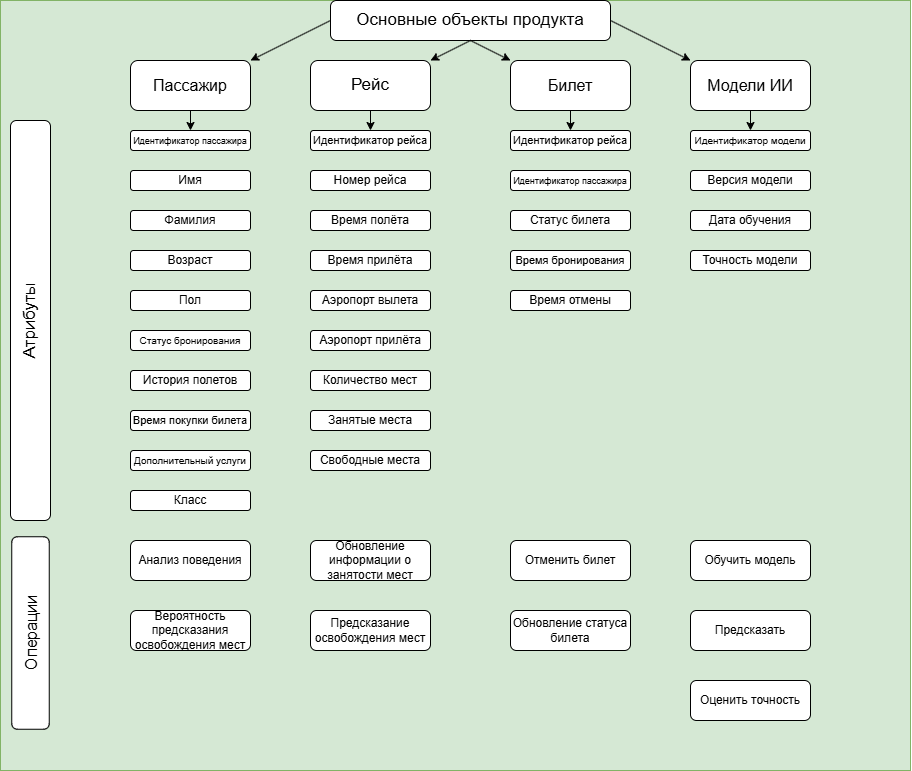
The draw.io diagram Desc/Diagramma_1.png in Sinofant/S7_project, before a commit. Source tidied: cells renumbered, new cells last; positions are measured from the earlier drawing's top-left corner, leaving out a move shared by most shapes.
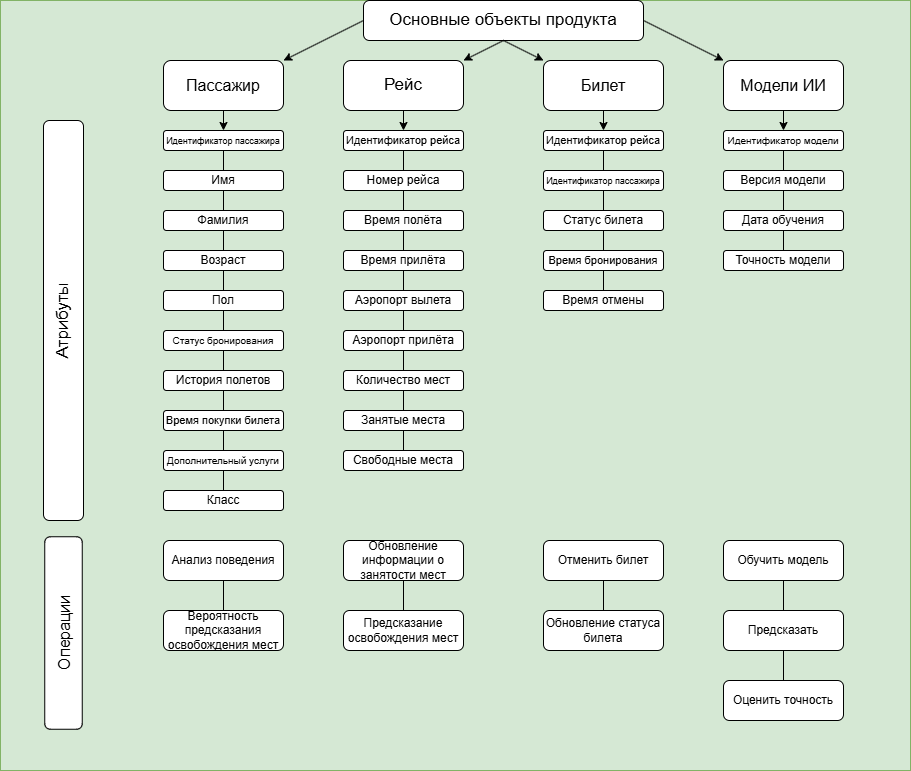
Later version of the same file.

The edit, as a diff of the source:
```diff
@@ -3,7 +3,7 @@
     <mxCell id="0" />
     <mxCell id="1" parent="0" />
     <mxCell id="2" style="rounded=0;whiteSpace=wrap;html=1;fillColor=#d5e8d4;strokeColor=#82b366;" parent="1" vertex="1">
-      <mxGeometry x="170" width="910" height="770" as="geometry" />
+      <mxGeometry x="137" width="910" height="770" as="geometry" />
     </mxCell>
     <mxCell id="3" value="&lt;font style=&quot;font-size: 17px;&quot;&gt;Основные объекты продукта&lt;/font&gt;" style="rounded=1;whiteSpace=wrap;html=1;" parent="1" vertex="1">
       <mxGeometry x="500" width="280" height="40" as="geometry" />
@@ -161,5 +161,96 @@
     <mxCell id="54" value="Оценить точность" style="rounded=1;whiteSpace=wrap;html=1;" parent="1" vertex="1">
       <mxGeometry x="860" y="680" width="120" height="40" as="geometry" />
     </mxCell>
+    <mxCell id="55" style="endArrow=none;html=1;rounded=0;entryX=0.5;entryY=1;entryDx=0;entryDy=0;exitX=0.5;exitY=0;exitDx=0;exitDy=0;" parent="1" edge="1" source="14" target="13">
+      <mxGeometry relative="1" as="geometry" />
+    </mxCell>
+    <mxCell id="56" style="endArrow=none;html=1;rounded=0;entryX=0.5;entryY=1;entryDx=0;entryDy=0;exitX=0.5;exitY=0;exitDx=0;exitDy=0;" parent="1" edge="1" source="15" target="14">
+      <mxGeometry relative="1" as="geometry" />
+    </mxCell>
+    <mxCell id="57" style="endArrow=none;html=1;rounded=0;entryX=0.5;entryY=1;entryDx=0;entryDy=0;exitX=0.5;exitY=0;exitDx=0;exitDy=0;" parent="1" edge="1" source="16" target="15">
+      <mxGeometry relative="1" as="geometry" />
+    </mxCell>
+    <mxCell id="58" style="endArrow=none;html=1;rounded=0;entryX=0.5;entryY=1;entryDx=0;entryDy=0;exitX=0.5;exitY=0;exitDx=0;exitDy=0;" parent="1" edge="1" source="17" target="16">
+      <mxGeometry relative="1" as="geometry" />
+    </mxCell>
+    <mxCell id="59" style="endArrow=none;html=1;rounded=0;entryX=0.5;entryY=1;entryDx=0;entryDy=0;exitX=0.5;exitY=0;exitDx=0;exitDy=0;" parent="1" edge="1" source="18" target="17">
+      <mxGeometry relative="1" as="geometry" />
+    </mxCell>
+    <mxCell id="60" style="endArrow=none;html=1;rounded=0;entryX=0.5;entryY=1;entryDx=0;entryDy=0;exitX=0.5;exitY=0;exitDx=0;exitDy=0;" parent="1" edge="1" source="19" target="18">
+      <mxGeometry relative="1" as="geometry" />
+    </mxCell>
+    <mxCell id="61" style="endArrow=none;html=1;rounded=0;exitX=0.5;exitY=1;exitDx=0;exitDy=0;entryX=0.5;entryY=0;entryDx=0;entryDy=0;" parent="1" edge="1" source="19" target="20">
+      <mxGeometry relative="1" as="geometry" />
+    </mxCell>
+    <mxCell id="62" style="endArrow=none;html=1;rounded=0;exitX=0.5;exitY=1;exitDx=0;exitDy=0;entryX=0.5;entryY=0;entryDx=0;entryDy=0;" parent="1" edge="1" source="20" target="21">
+      <mxGeometry relative="1" as="geometry" />
+    </mxCell>
+    <mxCell id="63" style="endArrow=none;html=1;rounded=0;entryX=0.5;entryY=1;entryDx=0;entryDy=0;exitX=0.5;exitY=0;exitDx=0;exitDy=0;" parent="1" edge="1" source="22" target="21">
+      <mxGeometry relative="1" as="geometry" />
+    </mxCell>
+    <mxCell id="64" style="endArrow=none;html=1;rounded=0;exitX=0.5;exitY=1;exitDx=0;exitDy=0;entryX=0.5;entryY=0;entryDx=0;entryDy=0;" parent="1" edge="1" source="46" target="47">
+      <mxGeometry relative="1" as="geometry" />
+    </mxCell>
+    <mxCell id="65" style="endArrow=none;html=1;rounded=0;entryX=0.5;entryY=1;entryDx=0;entryDy=0;exitX=0.5;exitY=0;exitDx=0;exitDy=0;" parent="1" edge="1" source="49" target="48">
+      <mxGeometry relative="1" as="geometry" />
+    </mxCell>
+    <mxCell id="66" style="endArrow=none;html=1;rounded=0;entryX=0.5;entryY=1;entryDx=0;entryDy=0;" parent="1" edge="1" target="50">
+      <mxGeometry relative="1" as="geometry">
+        <mxPoint x="740" y="610" as="sourcePoint" />
+      </mxGeometry>
+    </mxCell>
+    <mxCell id="67" style="endArrow=none;html=1;rounded=0;entryX=0.5;entryY=1;entryDx=0;entryDy=0;" parent="1" edge="1" target="52">
+      <mxGeometry relative="1" as="geometry">
+        <mxPoint x="920" y="610" as="sourcePoint" />
+      </mxGeometry>
+    </mxCell>
+    <mxCell id="68" style="endArrow=none;html=1;rounded=0;exitX=0.5;exitY=1;exitDx=0;exitDy=0;entryX=0.5;entryY=0;entryDx=0;entryDy=0;" parent="1" edge="1" source="53" target="54">
+      <mxGeometry relative="1" as="geometry" />
+    </mxCell>
+    <mxCell id="69" style="endArrow=none;html=1;rounded=0;entryX=0.5;entryY=1;entryDx=0;entryDy=0;exitX=0.5;exitY=0;exitDx=0;exitDy=0;" parent="1" edge="1" source="24" target="23">
+      <mxGeometry relative="1" as="geometry" />
+    </mxCell>
+    <mxCell id="70" style="endArrow=none;html=1;rounded=0;exitX=0.5;exitY=1;exitDx=0;exitDy=0;entryX=0.5;entryY=0;entryDx=0;entryDy=0;" parent="1" edge="1" source="24" target="40">
+      <mxGeometry relative="1" as="geometry" />
+    </mxCell>
+    <mxCell id="71" style="endArrow=none;html=1;rounded=0;entryX=0.5;entryY=1;entryDx=0;entryDy=0;exitX=0.5;exitY=0;exitDx=0;exitDy=0;" parent="1" edge="1" source="25" target="40">
+      <mxGeometry relative="1" as="geometry" />
+    </mxCell>
+    <mxCell id="72" style="endArrow=none;html=1;rounded=0;entryX=0.5;entryY=0;entryDx=0;entryDy=0;exitX=0.5;exitY=1;exitDx=0;exitDy=0;" parent="1" edge="1" source="25" target="26">
+      <mxGeometry relative="1" as="geometry" />
+    </mxCell>
+    <mxCell id="73" style="endArrow=none;html=1;rounded=0;exitX=0.5;exitY=1;exitDx=0;exitDy=0;entryX=0.5;entryY=0;entryDx=0;entryDy=0;" parent="1" edge="1" source="26" target="27">
+      <mxGeometry relative="1" as="geometry" />
+    </mxCell>
+    <mxCell id="74" style="endArrow=none;html=1;rounded=0;exitX=0.5;exitY=1;exitDx=0;exitDy=0;entryX=0.5;entryY=0;entryDx=0;entryDy=0;" parent="1" edge="1" source="27" target="28">
+      <mxGeometry relative="1" as="geometry" />
+    </mxCell>
+    <mxCell id="75" style="endArrow=none;html=1;rounded=0;entryX=0.5;entryY=1;entryDx=0;entryDy=0;exitX=0.5;exitY=0;exitDx=0;exitDy=0;" parent="1" edge="1" source="29" target="28">
+      <mxGeometry relative="1" as="geometry" />
+    </mxCell>
+    <mxCell id="76" style="endArrow=none;html=1;rounded=0;entryX=0.5;entryY=0;entryDx=0;entryDy=0;exitX=0.5;exitY=1;exitDx=0;exitDy=0;" parent="1" edge="1" source="29" target="30">
+      <mxGeometry relative="1" as="geometry" />
+    </mxCell>
+    <mxCell id="77" style="endArrow=none;html=1;rounded=0;entryX=0.5;entryY=1;entryDx=0;entryDy=0;exitX=0.5;exitY=0;exitDx=0;exitDy=0;" parent="1" edge="1" source="32" target="31">
+      <mxGeometry relative="1" as="geometry" />
+    </mxCell>
+    <mxCell id="78" style="endArrow=none;html=1;rounded=0;entryX=0.5;entryY=1;entryDx=0;entryDy=0;exitX=0.5;exitY=0;exitDx=0;exitDy=0;" parent="1" edge="1" source="33" target="32">
+      <mxGeometry relative="1" as="geometry" />
+    </mxCell>
+    <mxCell id="79" style="endArrow=none;html=1;rounded=0;entryX=0.5;entryY=1;entryDx=0;entryDy=0;exitX=0.5;exitY=0;exitDx=0;exitDy=0;" parent="1" edge="1" source="34" target="33">
+      <mxGeometry relative="1" as="geometry" />
+    </mxCell>
+    <mxCell id="80" style="endArrow=none;html=1;rounded=0;entryX=0.5;entryY=1;entryDx=0;entryDy=0;exitX=0.5;exitY=0;exitDx=0;exitDy=0;" parent="1" edge="1" source="35" target="34">
+      <mxGeometry relative="1" as="geometry" />
+    </mxCell>
+    <mxCell id="81" style="endArrow=none;html=1;rounded=0;entryX=0.5;entryY=1;entryDx=0;entryDy=0;exitX=0.5;exitY=0;exitDx=0;exitDy=0;" parent="1" edge="1" source="37" target="36">
+      <mxGeometry relative="1" as="geometry" />
+    </mxCell>
+    <mxCell id="82" style="endArrow=none;html=1;rounded=0;entryX=0.5;entryY=1;entryDx=0;entryDy=0;exitX=0.5;exitY=0;exitDx=0;exitDy=0;" parent="1" edge="1" source="38" target="37">
+      <mxGeometry relative="1" as="geometry" />
+    </mxCell>
+    <mxCell id="83" style="endArrow=none;html=1;rounded=0;entryX=0.5;entryY=1;entryDx=0;entryDy=0;exitX=0.5;exitY=0;exitDx=0;exitDy=0;" parent="1" edge="1" source="39" target="38">
+      <mxGeometry relative="1" as="geometry" />
+    </mxCell>
   </root>
 </mxGraphModel>
```
